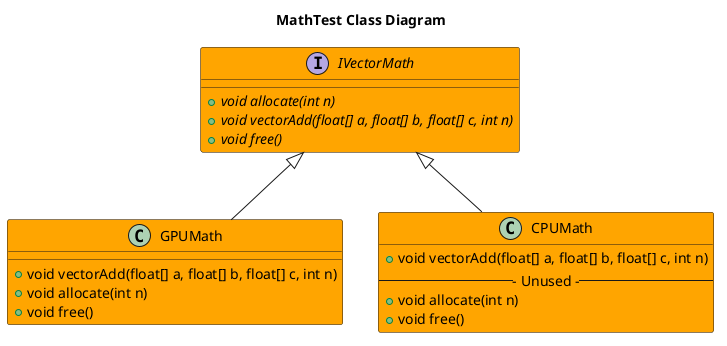
Earlier version of the PlantUML export doc/ADR/016-ADRGPUSoftwareDesign/examples/MathTest/doc/puml/MathTestClassDiagram.png (fastrobotics/robot_framework).
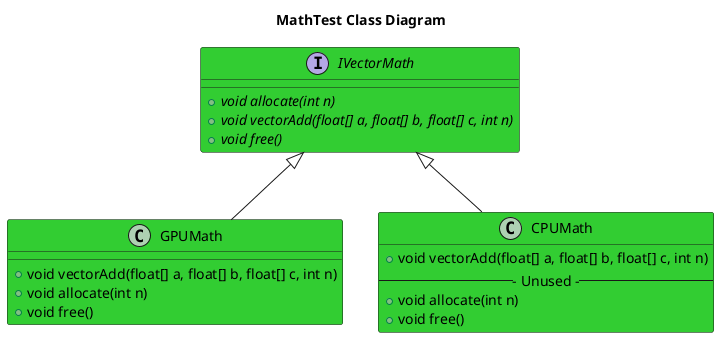
The same file after the commit.

Diff of the diagram source:
```diff
@@ -1,17 +1,17 @@
 @startuml
 title MathTest Class Diagram
-interface IVectorMath #Orange {
+interface IVectorMath #LimeGreen {
     +{abstract} void allocate(int n)
     +{abstract} void vectorAdd(float[] a, float[] b, float[] c, int n)
     +{abstract} void free()
 }
-class GPUMath #Orange  {
+class GPUMath #LimeGreen  {
     +void vectorAdd(float[] a, float[] b, float[] c, int n)
     +void allocate(int n)
     +void free()
 }
 GPUMath -up-|> IVectorMath
-class CPUMath #Orange  {
+class CPUMath #LimeGreen  {
     +void vectorAdd(float[] a, float[] b, float[] c, int n)
     --- Unused ---
     +void allocate(int n)
```
